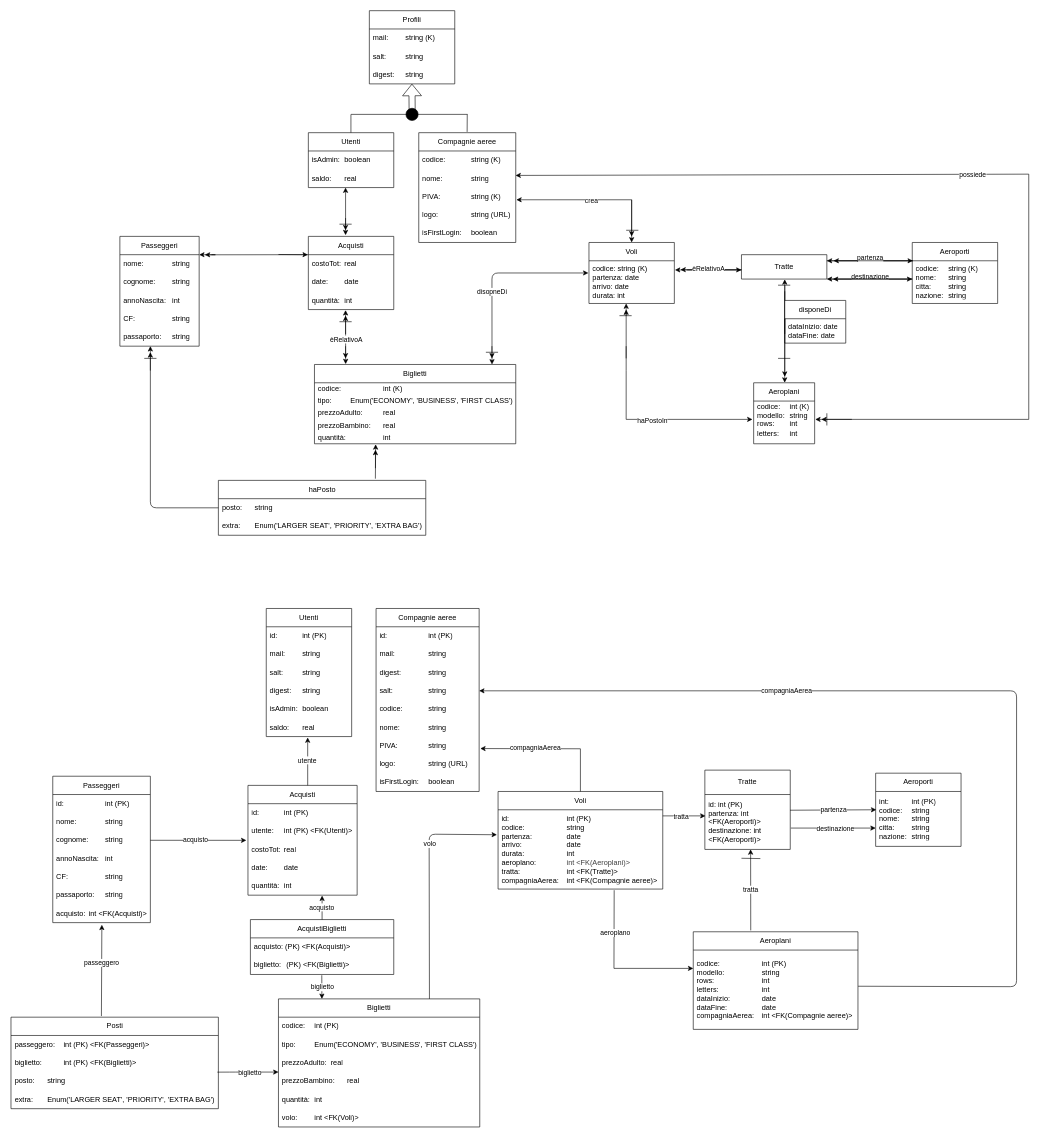
This is BD/DB.drawio from giovanni-quacchia/Airports_projects, a draw.io file, before an edit. Source tidied: cells renumbered, new cells numbered last; positions are measured from the earlier drawing's top-left corner, leaving out a move shared by most shapes. Both pictures are drawn from the tidied source at 61%, with x=0, y=0 at pixel (11, 10).
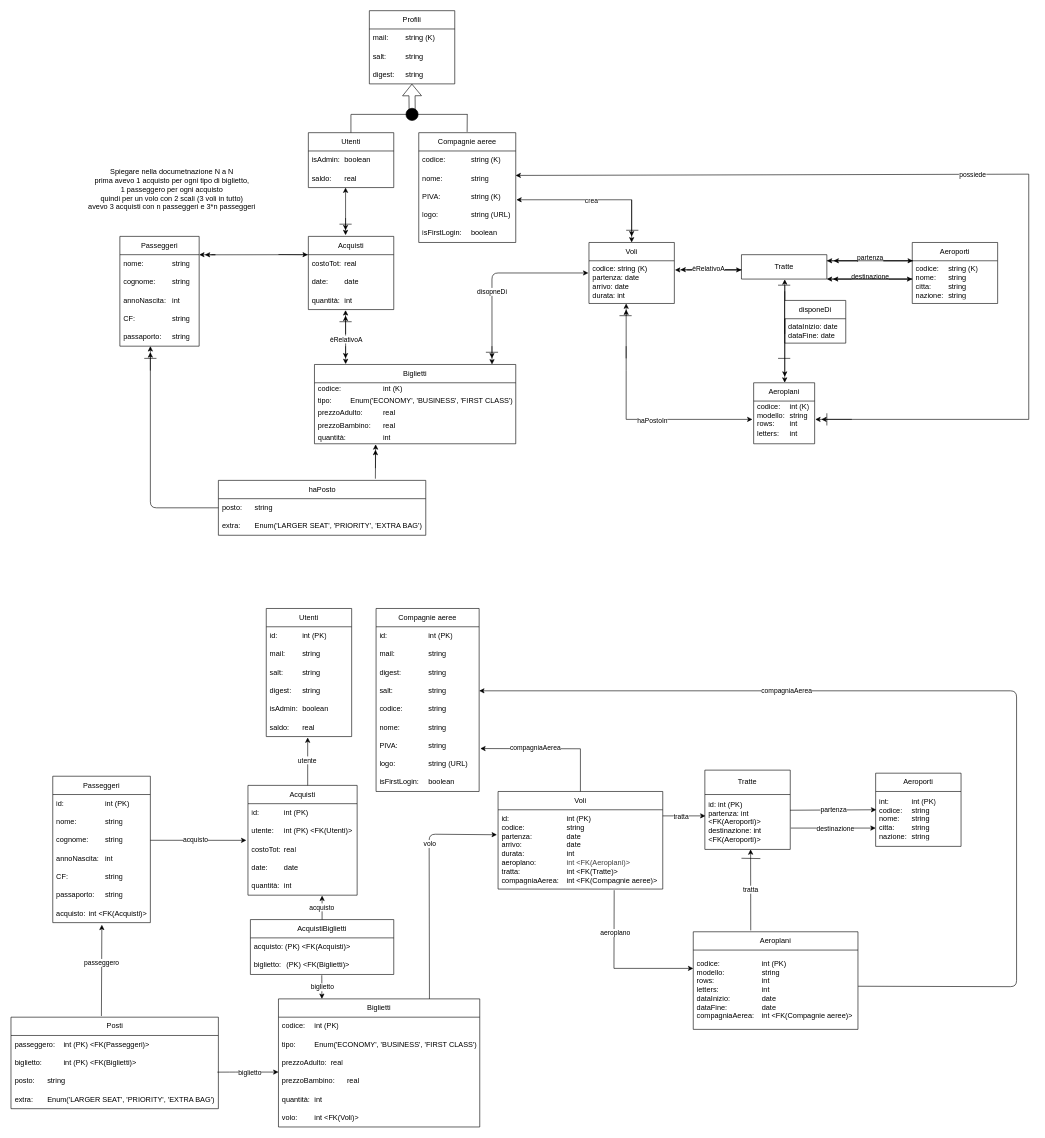
After the change.

What changed in the source:
```diff
@@
+    <mxCell id="182" value="Spiegare nella documetnazione N a N&lt;br&gt;prima avevo 1 acquisto per ogni tipo di biglietto,&lt;div&gt;1 passeggero per ogni acquisto&lt;br&gt;quindi per un volo con 2 scali (3 voli in tutto)&lt;br&gt;avevo 3 acquisti con n passeggeri e 3*n passeggeri&lt;/div&gt;" style="text;html=1;align=center;verticalAlign=middle;strokeColor=none;fillColor=none;" parent="1" vertex="1">
+      <mxGeometry x="113" y="248" width="300" height="90" as="geometry" />
+    </mxCell>
```
